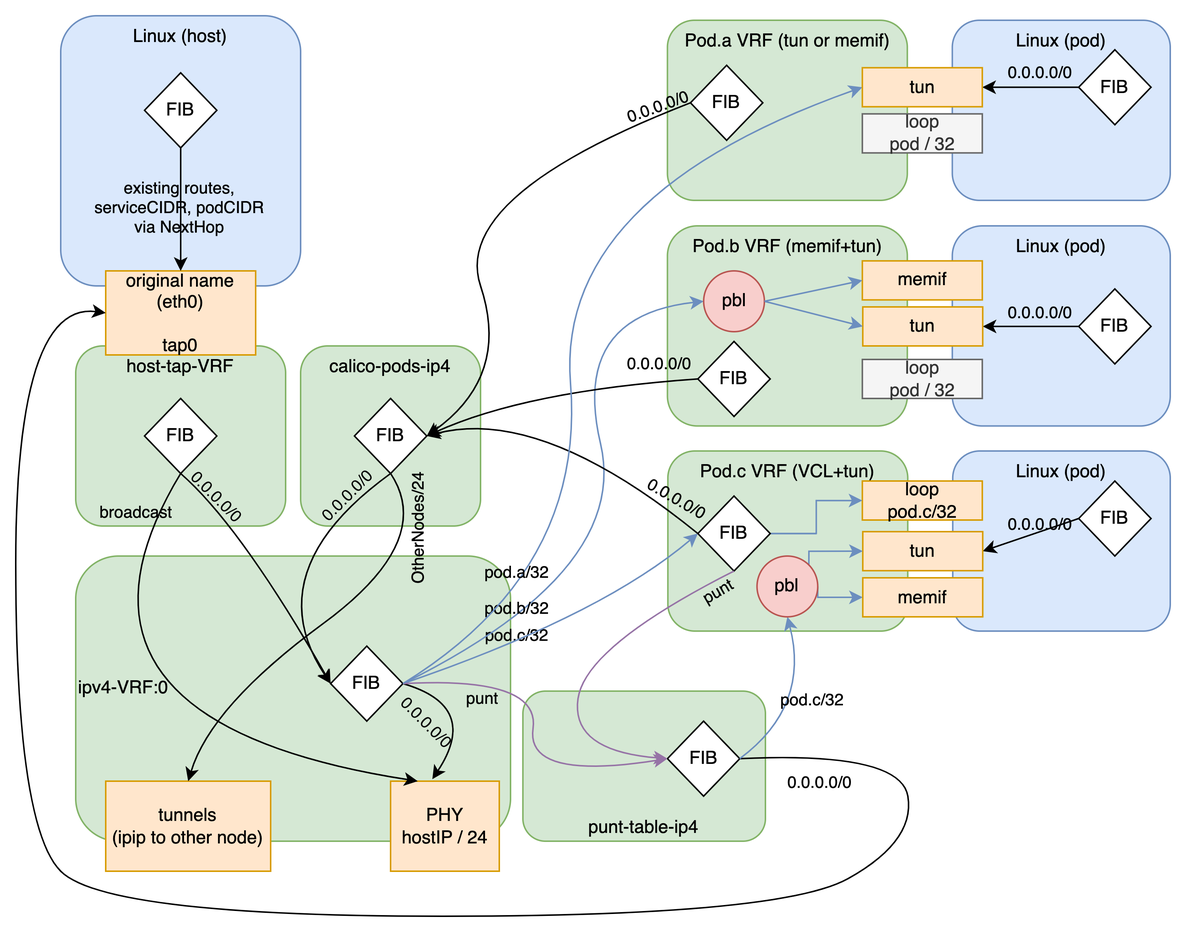
Before: docs/_static/calico_vpp_vrf_layout.drawio.png, a diagram exported from draw.io (projectcalico/vpp-dataplane). Source tidied: cells renumbered, new cells last; positions are measured from the earlier drawing's top-left corner, leaving out a move shared by most shapes.
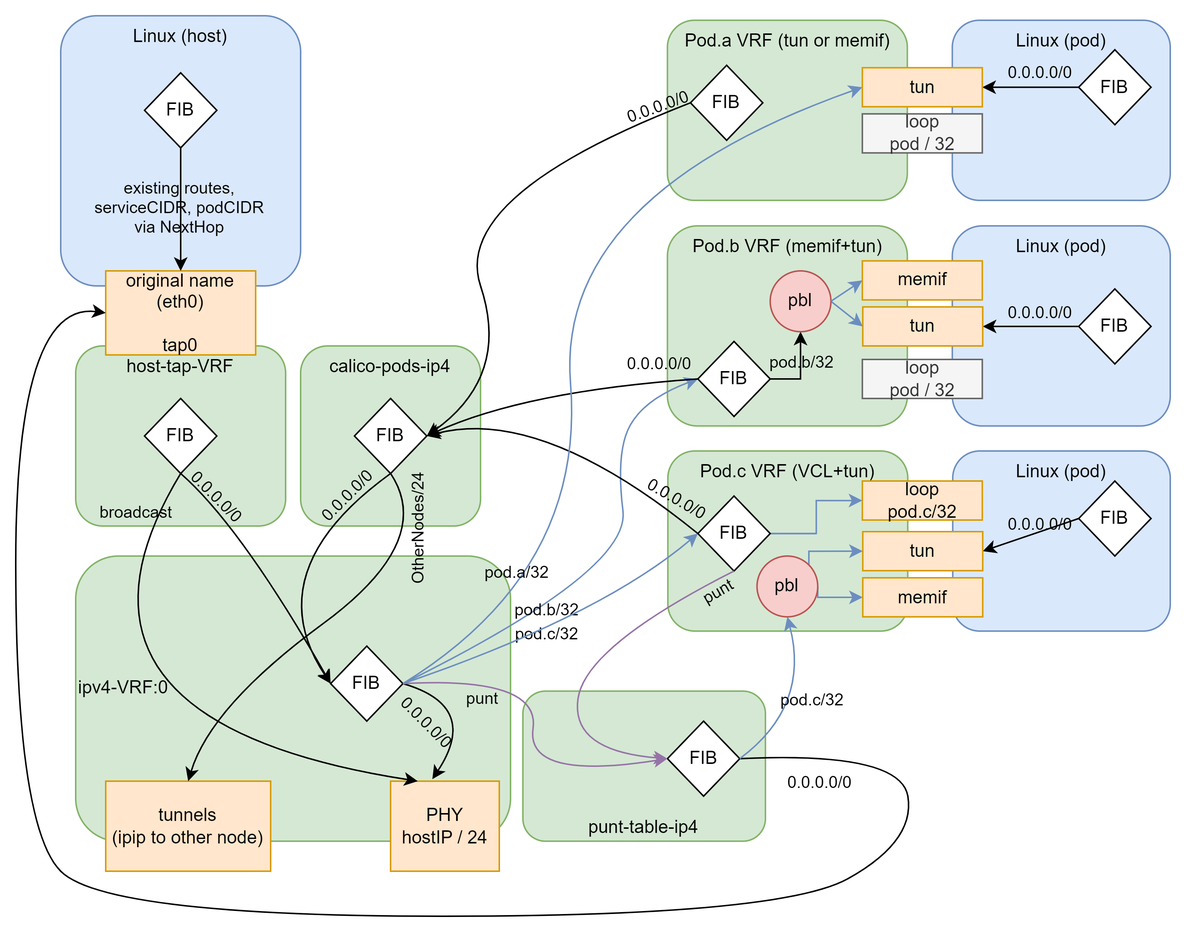
Later version of the same file.

Commit message:
modify vrfs layout in pbl case

Change to the diagram source:
```diff
@@ -161,6 +161,9 @@
     <mxCell id="38" value="&lt;div&gt;loop&lt;br&gt;pod / 32&lt;br&gt;&lt;/div&gt;" style="rounded=0;whiteSpace=wrap;html=1;fillColor=#f5f5f5;strokeColor=#666666;fontColor=#333333;" parent="1" vertex="1">
       <mxGeometry x="564.6" y="229" width="80" height="26" as="geometry" />
     </mxCell>
+    <mxCell id="81" style="edgeStyle=orthogonalEdgeStyle;rounded=0;jettySize=auto;html=1;exitX=1;exitY=0.5;exitDx=0;exitDy=0;entryX=0.5;entryY=1;entryDx=0;entryDy=0;" parent="1" edge="1" source="39" target="54">
+      <mxGeometry relative="1" as="geometry" />
+    </mxCell>
     <mxCell id="39" value="FIB" style="rhombus;whiteSpace=wrap;html=1;" parent="1" vertex="1">
       <mxGeometry x="454.9" y="217" width="48.2" height="50" as="geometry" />
     </mxCell>
@@ -207,16 +210,17 @@
     <mxCell id="52" value="memif" style="rounded=0;whiteSpace=wrap;html=1;fillColor=#ffe6cc;strokeColor=#d79b00;" parent="1" vertex="1">
       <mxGeometry x="564.6" y="163.3" width="80" height="26" as="geometry" />
     </mxCell>
-    <mxCell id="53" style="curved=1;endArrow=classic;html=1;entryX=0;entryY=0.5;entryDx=0;entryDy=0;exitX=1;exitY=0.5;exitDx=0;exitDy=0;endFill=1;fillColor=#dae8fc;strokeColor=#6c8ebf;" parent="1" edge="1" source="15" target="54">
+    <mxCell id="53" style="curved=1;endArrow=classic;html=1;entryX=0;entryY=0.5;entryDx=0;entryDy=0;exitX=1;exitY=0.5;exitDx=0;exitDy=0;endFill=1;fillColor=#dae8fc;strokeColor=#6c8ebf;" parent="1" edge="1" source="15" target="39">
       <mxGeometry relative="1" as="geometry">
         <Array as="points">
           <mxPoint x="410" y="370" />
-          <mxPoint x="370" y="200" />
+          <mxPoint x="400" y="290" />
+          <mxPoint x="420" y="255" />
         </Array>
       </mxGeometry>
     </mxCell>
     <mxCell id="54" value="pbl" style="ellipse;whiteSpace=wrap;html=1;fillColor=#f8cecc;strokeColor=#b85450;" parent="1" vertex="1">
-      <mxGeometry x="458.8" y="170" width="40.5" height="40.5" as="geometry" />
+      <mxGeometry x="503.2" y="170" width="40.5" height="40.5" as="geometry" />
     </mxCell>
     <mxCell id="55" style="curved=1;endArrow=classic;html=1;entryX=0;entryY=0.5;entryDx=0;entryDy=0;startArrow=none;exitX=1;exitY=0.5;exitDx=0;exitDy=0;fillColor=#dae8fc;strokeColor=#6c8ebf;" parent="1" edge="1" source="54" target="52">
       <mxGeometry relative="1" as="geometry" />
@@ -316,6 +320,9 @@
     <mxCell id="71" value="memif" style="rounded=0;whiteSpace=wrap;html=1;fillColor=#ffe6cc;strokeColor=#d79b00;" parent="1" vertex="1">
       <mxGeometry x="564.9" y="374.5" width="80" height="26" as="geometry" />
     </mxCell>
+    <mxCell id="82" value="pod.b/32" style="edgeLabel;html=1;align=center;verticalAlign=middle;labelBackgroundColor=none;" parent="1" vertex="1">
+      <mxGeometry x="523.5" y="230.1" as="geometry" />
+    </mxCell>
     <mxCell id="72" value="tun&#10;" parent="0" />
     <mxCell id="73" value="&lt;div&gt;Pod.a VRF (tun or memif)&lt;br&gt;&lt;/div&gt;" style="rounded=1;whiteSpace=wrap;html=1;verticalAlign=top;align=center;fillColor=#d5e8d4;strokeColor=#82b366;" parent="72" vertex="1">
       <mxGeometry x="434.6" y="3" width="160" height="120" as="geometry" />
```
